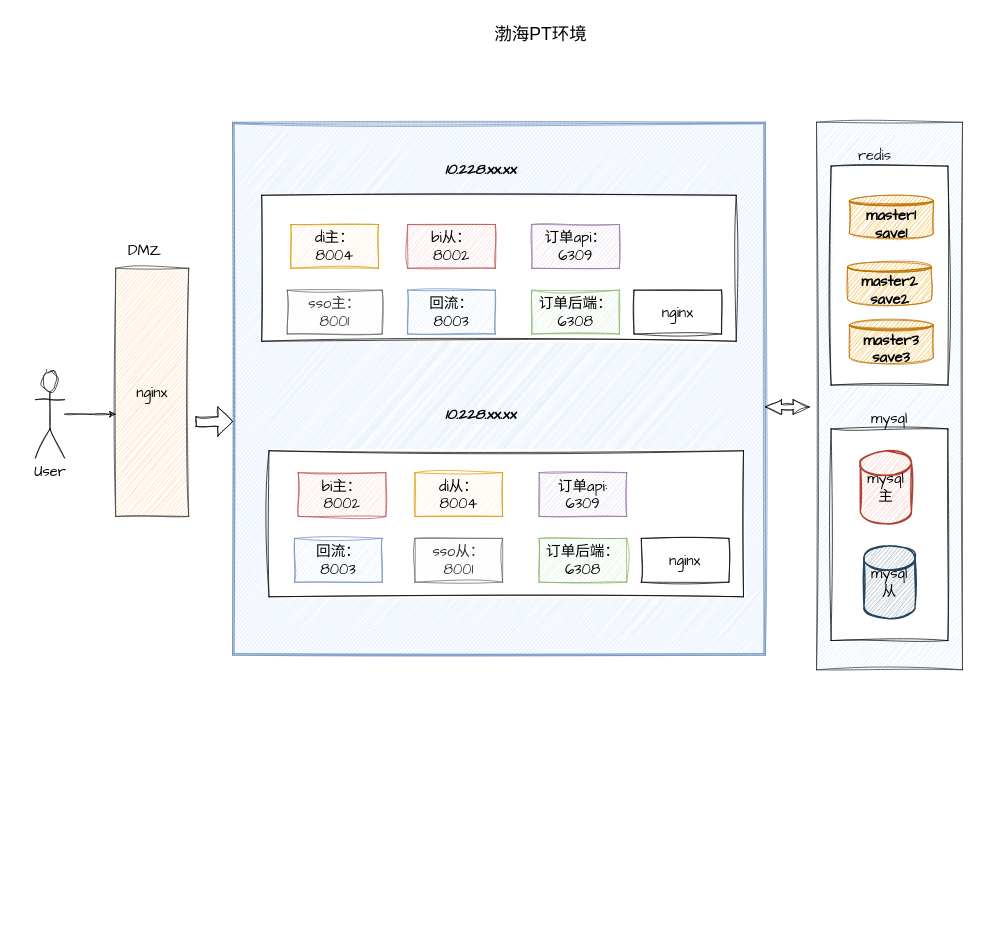
Before: BH/渤海pt环境.drawio in BNingliu/drawIO, a draw.io diagram. Source tidied: cells renumbered, new cells numbered last; positions are measured from the earlier drawing's top-left corner, leaving out a move shared by most shapes. Both pictures are drawn from the tidied source at 73%, with x=0, y=0 at pixel (35, 20).
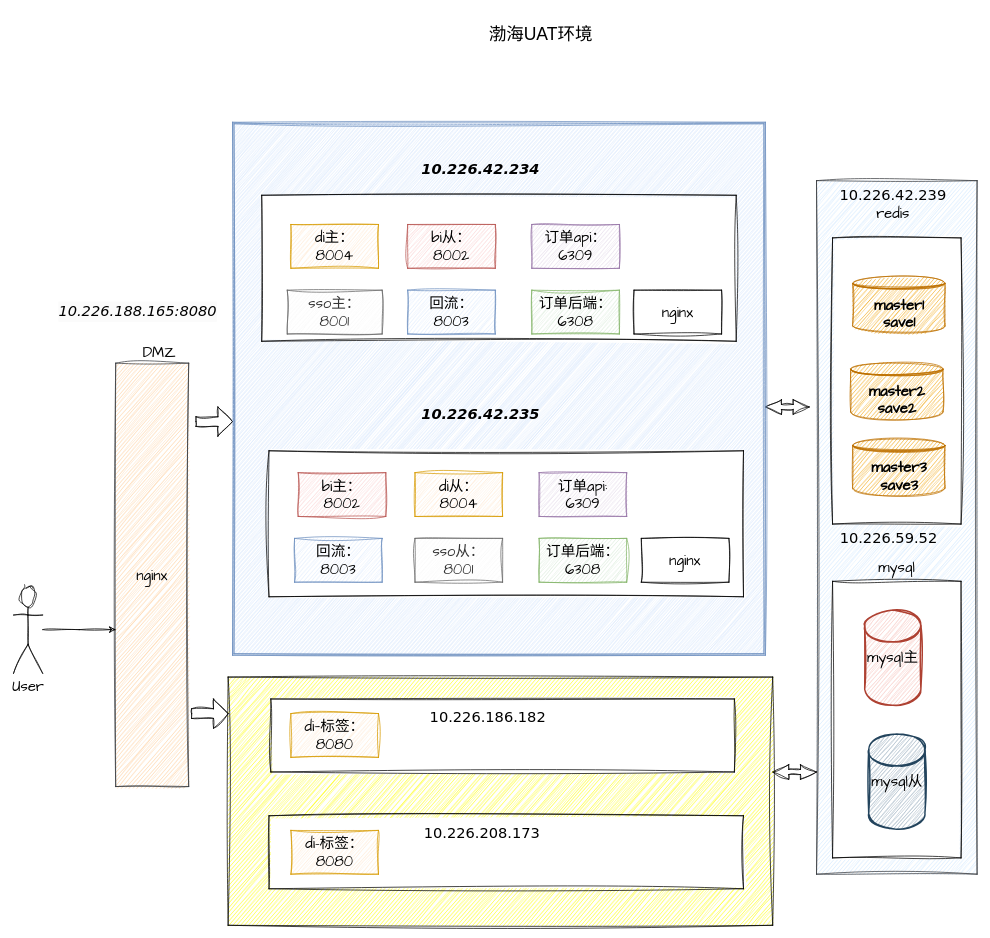
After the change.

Commit message:
更新渤海uat环境.drawio

Unchanged cells that the change refers to:
```xml
<mxCell id="10" style="html=1;shadow=0;dashed=0;align=center;verticalAlign=middle;shape=mxgraph.arrows2.twoWayArrow;dy=0.65;dx=22;labelBackgroundColor=#000000;hachureGap=4;fontFamily=Architects Daughter;fontSize=20;fontColor=#000000;gradientColor=none;rounded=0;sketch=1;curveFitting=1;jiggle=2;" parent="1" vertex="1">
  <mxGeometry x="1000" y="520" width="60" height="20" as="geometry" />
</mxCell>
```

Change to the diagram source:
```diff
@@
-    <mxCell id="2" value="nginx" style="rounded=0;whiteSpace=wrap;html=1;hachureGap=4;fontFamily=Architects Daughter;fontSize=20;fillColor=#ffcc99;strokeColor=#36393d;sketch=1;curveFitting=1;jiggle=2;" parent="1" vertex="1">
-      <mxGeometry x="110" y="340" width="100" height="340" as="geometry" />
-    </mxCell>
-    <mxCell id="3" value="DMZ" style="text;html=1;strokeColor=none;fillColor=none;align=center;verticalAlign=middle;whiteSpace=wrap;rounded=0;hachureGap=4;fontFamily=Architects Daughter;fontSize=20;sketch=1;curveFitting=1;jiggle=2;" parent="1" vertex="1">
-      <mxGeometry x="120" y="300" width="60" height="30" as="geometry" />
-    </mxCell>
     <mxCell id="4" value="User" style="shape=umlActor;verticalLabelPosition=bottom;verticalAlign=top;html=1;outlineConnect=0;hachureGap=4;fontFamily=Architects Daughter;fontSize=20;rounded=0;sketch=1;curveFitting=1;jiggle=2;" parent="1" vertex="1">
-      <mxGeometry y="480" width="40" height="120" as="geometry" />
+      <mxGeometry x="-30" y="775" width="40" height="120" as="geometry" />
     </mxCell>
-    <mxCell id="5" style="edgeStyle=orthogonalEdgeStyle;rounded=0;hachureGap=4;jettySize=auto;html=1;fontFamily=Architects Daughter;fontSize=16;sketch=1;curveFitting=1;jiggle=2;" parent="1" edge="1" source="4">
-      <mxGeometry relative="1" as="geometry">
-        <mxPoint x="110" y="540" as="targetPoint" />
-      </mxGeometry>
-    </mxCell>
-    <mxCell id="6" style="shape=ext;double=1;whiteSpace=wrap;html=1;hachureGap=4;fontFamily=Architects Daughter;fontSize=20;fillColor=#dae8fc;strokeColor=#6c8ebf;rounded=0;sketch=1;curveFitting=1;jiggle=2;" parent="1" vertex="1">
-      <mxGeometry x="270" y="140" width="730" height="730" as="geometry" />
-    </mxCell>
-    <mxCell id="7" value="&lt;b&gt;&lt;i&gt;10.228.xx.xx&lt;/i&gt;&lt;/b&gt;" style="text;html=1;strokeColor=none;fillColor=none;align=center;verticalAlign=middle;whiteSpace=wrap;rounded=0;hachureGap=4;fontFamily=Architects Daughter;fontSize=20;sketch=1;curveFitting=1;jiggle=2;" parent="1" vertex="1">
-      <mxGeometry x="580" y="525" width="60" height="30" as="geometry" />
-    </mxCell>
-    <mxCell id="8" value="redis" style="text;html=1;strokeColor=none;fillColor=none;align=center;verticalAlign=middle;whiteSpace=wrap;rounded=0;hachureGap=4;fontFamily=Architects Daughter;fontSize=20;sketch=1;curveFitting=1;jiggle=2;" parent="1" vertex="1">
-      <mxGeometry x="1120" y="170" width="60" height="30" as="geometry" />
-    </mxCell>
-    <mxCell id="9" style="edgeStyle=none;rounded=0;hachureGap=4;jettySize=auto;html=1;fontFamily=Architects Daughter;fontSize=16;fontColor=#000000;sketch=1;curveFitting=1;jiggle=2;" parent="1" edge="1" source="10" target="6">
-      <mxGeometry relative="1" as="geometry" />
-    </mxCell>
@@
     <mxCell id="12" style="group;rounded=0;sketch=1;curveFitting=1;jiggle=2;" parent="1" vertex="1">
-      <mxGeometry x="1070" y="140" width="200" height="750" as="geometry" />
+      <mxGeometry x="1070" y="220" width="220" height="980" as="geometry" />
     </mxCell>
     <mxCell id="13" style="rounded=0;whiteSpace=wrap;html=1;hachureGap=4;fontFamily=Architects Daughter;fontSize=20;fillColor=#cce5ff;strokeColor=#36393d;sketch=1;curveFitting=1;jiggle=2;" parent="12" vertex="1">
-      <mxGeometry width="200" height="750" as="geometry" />
+      <mxGeometry width="220" height="950" as="geometry" />
     </mxCell>
     <mxCell id="14" style="rounded=0;whiteSpace=wrap;html=1;hachureGap=4;fontFamily=Architects Daughter;fontSize=20;gradientColor=none;sketch=1;curveFitting=1;jiggle=2;" parent="12" vertex="1">
-      <mxGeometry x="20" y="60" width="160" height="300" as="geometry" />
+      <mxGeometry x="22" y="78.4" width="176" height="392" as="geometry" />
     </mxCell>
     <mxCell id="15" style="rounded=0;whiteSpace=wrap;html=1;hachureGap=4;fontFamily=Architects Daughter;fontSize=20;gradientColor=none;sketch=1;curveFitting=1;jiggle=2;" parent="12" vertex="1">
-      <mxGeometry x="20" y="420" width="160" height="290" as="geometry" />
+      <mxGeometry x="22" y="548.8" width="176" height="378.9" as="geometry" />
     </mxCell>
     <mxCell id="16" value="mysql" style="text;html=1;strokeColor=none;fillColor=none;align=center;verticalAlign=middle;whiteSpace=wrap;rounded=0;hachureGap=4;fontFamily=Architects Daughter;fontSize=20;sketch=1;curveFitting=1;jiggle=2;" parent="12" vertex="1">
-      <mxGeometry x="70" y="390" width="60" height="30" as="geometry" />
+      <mxGeometry x="77" y="509.6" width="66" height="39.2" as="geometry" />
     </mxCell>
     <mxCell id="17" value="mysql主" style="strokeWidth=2;html=1;shape=mxgraph.flowchart.database;whiteSpace=wrap;hachureGap=4;fontFamily=Architects Daughter;fontSize=20;fillColor=#fad9d5;strokeColor=#ae4132;rounded=0;sketch=1;curveFitting=1;jiggle=2;" parent="12" vertex="1">
-      <mxGeometry x="60" y="450" width="70" height="100" as="geometry" />
+      <mxGeometry x="66" y="588" width="77" height="130.7" as="geometry" />
     </mxCell>
     <mxCell id="18" value="mysql从" style="strokeWidth=2;html=1;shape=mxgraph.flowchart.database;whiteSpace=wrap;hachureGap=4;fontFamily=Architects Daughter;fontSize=20;fillColor=#bac8d3;strokeColor=#23445d;rounded=0;sketch=1;curveFitting=1;jiggle=2;" parent="12" vertex="1">
-      <mxGeometry x="65" y="580" width="70" height="100" as="geometry" />
+      <mxGeometry x="71.5" y="757.9" width="77" height="130.7" as="geometry" />
     </mxCell>
     <mxCell id="19" value="&lt;font color=&quot;#000000&quot;&gt;&lt;b&gt;master1&lt;br&gt;save1&lt;/b&gt;&lt;/font&gt;" style="shape=datastore;whiteSpace=wrap;html=1;hachureGap=4;fontFamily=Architects Daughter;fontSize=20;fillColor=#f0a30a;fontColor=#000000;strokeColor=#BD7000;rounded=0;sketch=1;curveFitting=1;jiggle=2;" parent="12" vertex="1">
-      <mxGeometry x="45" y="100" width="115" height="60" as="geometry" />
+      <mxGeometry x="49.5" y="130.7" width="126.5" height="78.4" as="geometry" />
     </mxCell>
     <mxCell id="20" value="&lt;font color=&quot;#000000&quot;&gt;&lt;b&gt;master2&lt;br&gt;save2&lt;/b&gt;&lt;/font&gt;" style="shape=datastore;whiteSpace=wrap;html=1;hachureGap=4;fontFamily=Architects Daughter;fontSize=20;fillColor=#f0a30a;fontColor=#000000;strokeColor=#BD7000;rounded=0;sketch=1;curveFitting=1;jiggle=2;" parent="12" vertex="1">
-      <mxGeometry x="42.5" y="190" width="115" height="60" as="geometry" />
+      <mxGeometry x="46.8" y="248.3" width="126.5" height="78.4" as="geometry" />
     </mxCell>
     <mxCell id="21" value="&lt;b&gt;&lt;font color=&quot;#000000&quot;&gt;master3&lt;br&gt;save3&lt;/font&gt;&lt;/b&gt;" style="shape=datastore;whiteSpace=wrap;html=1;hachureGap=4;fontFamily=Architects Daughter;fontSize=20;fillColor=#f0a30a;fontColor=#000000;strokeColor=#BD7000;rounded=0;sketch=1;curveFitting=1;jiggle=2;" parent="12" vertex="1">
-      <mxGeometry x="45" y="270" width="115" height="60" as="geometry" />
+      <mxGeometry x="49.5" y="352.8" width="126.5" height="78.4" as="geometry" />
     </mxCell>
+    <mxCell id="41" value="&lt;font face=&quot;Verdana&quot;&gt;10.226.42.239&lt;/font&gt;" style="text;html=1;strokeColor=none;fillColor=none;align=center;verticalAlign=middle;whiteSpace=wrap;rounded=0;hachureGap=4;fontFamily=Architects Daughter;fontSize=20;sketch=1;curveFitting=1;jiggle=2;" parent="12" vertex="1">
+      <mxGeometry x="71.5" width="66" height="39.2" as="geometry" />
+    </mxCell>
+    <mxCell id="42" value="&lt;font face=&quot;Verdana&quot;&gt;10.226.59.52&lt;/font&gt;" style="text;html=1;strokeColor=none;fillColor=none;align=center;verticalAlign=middle;whiteSpace=wrap;rounded=0;hachureGap=4;fontFamily=Architects Daughter;fontSize=20;sketch=1;curveFitting=1;jiggle=2;" parent="12" vertex="1">
+      <mxGeometry x="66" y="470.4" width="66" height="39.2" as="geometry" />
+    </mxCell>
+    <mxCell id="8" value="redis" style="text;html=1;strokeColor=none;fillColor=none;align=center;verticalAlign=middle;whiteSpace=wrap;rounded=0;hachureGap=4;fontFamily=Architects Daughter;fontSize=20;sketch=1;curveFitting=1;jiggle=2;" parent="12" vertex="1">
+      <mxGeometry x="74.5" y="30" width="60" height="30" as="geometry" />
+    </mxCell>
+    <mxCell id="40" value="&lt;h1&gt;&lt;span style=&quot;font-weight: normal;&quot;&gt;渤海UAT环境&lt;/span&gt;&lt;/h1&gt;" style="text;html=1;spacing=5;spacingTop=-20;whiteSpace=wrap;overflow=hidden;rounded=0;align=center;sketch=1;curveFitting=1;jiggle=2;" parent="1" vertex="1">
+      <mxGeometry x="535" width="315" height="40" as="geometry" />
+    </mxCell>
+    <mxCell id="43" style="html=1;shadow=0;dashed=0;align=center;verticalAlign=middle;shape=mxgraph.arrows2.arrow;dy=0.67;dx=20;notch=0;labelBackgroundColor=#000000;hachureGap=4;fontFamily=Architects Daughter;fontSize=20;fontColor=#000000;gradientColor=none;rounded=0;sketch=1;curveFitting=1;jiggle=2;" parent="1" vertex="1">
+      <mxGeometry x="214" y="930" width="50" height="40" as="geometry" />
+    </mxCell>
+    <mxCell id="44" style="html=1;shadow=0;dashed=0;align=center;verticalAlign=middle;shape=mxgraph.arrows2.twoWayArrow;dy=0.65;dx=22;labelBackgroundColor=#000000;hachureGap=4;fontFamily=Architects Daughter;fontSize=20;fontColor=#000000;gradientColor=none;rounded=0;sketch=1;curveFitting=1;jiggle=2;" parent="1" vertex="1">
+      <mxGeometry x="1010" y="1020" width="60" height="20" as="geometry" />
+    </mxCell>
+    <mxCell id="45" style="group;" parent="1" vertex="1">
+      <mxGeometry x="264" y="900" width="746" height="340" as="geometry" />
+    </mxCell>
+    <mxCell id="46" style="rounded=0;whiteSpace=wrap;html=1;sketch=1;hachureGap=4;jiggle=2;curveFitting=1;fontFamily=Verdana;fontSize=20;fillColor=#FFFF00;" parent="45" vertex="1">
+      <mxGeometry width="746" height="340" as="geometry" />
+    </mxCell>
+    <mxCell id="47" style="rounded=0;whiteSpace=wrap;html=1;hachureGap=4;fontFamily=Architects Daughter;fontSize=20;sketch=1;curveFitting=1;jiggle=2;" parent="45" vertex="1">
+      <mxGeometry x="58.5" y="30" width="635" height="100" as="geometry" />
+    </mxCell>
+    <mxCell id="48" style="rounded=0;whiteSpace=wrap;html=1;hachureGap=4;fontFamily=Architects Daughter;fontSize=20;sketch=1;curveFitting=1;jiggle=2;" parent="45" vertex="1">
+      <mxGeometry x="56" y="190" width="650" height="100" as="geometry" />
+    </mxCell>
+    <mxCell id="49" value="&lt;font face=&quot;Verdana&quot;&gt;10.226.186.182&lt;/font&gt;" style="text;html=1;strokeColor=none;fillColor=none;align=center;verticalAlign=middle;whiteSpace=wrap;rounded=0;hachureGap=4;fontFamily=Architects Daughter;fontSize=20;sketch=1;curveFitting=1;jiggle=2;" parent="45" vertex="1">
+      <mxGeometry x="326" y="40" width="60" height="30" as="geometry" />
+    </mxCell>
+    <mxCell id="50" value="di—标签：&lt;br&gt;8080" style="rounded=0;whiteSpace=wrap;html=1;hachureGap=4;fontFamily=Architects Daughter;fontSize=20;fillColor=#ffe6cc;strokeColor=#d79b00;sketch=1;curveFitting=1;jiggle=2;" parent="45" vertex="1">
+      <mxGeometry x="86" y="50" width="120" height="60" as="geometry" />
+    </mxCell>
+    <mxCell id="51" value="di-标签：&lt;br&gt;8080" style="rounded=0;whiteSpace=wrap;html=1;hachureGap=4;fontFamily=Architects Daughter;fontSize=20;fillColor=#ffe6cc;strokeColor=#d79b00;sketch=1;curveFitting=1;jiggle=2;" parent="45" vertex="1">
+      <mxGeometry x="86" y="210" width="120" height="60" as="geometry" />
+    </mxCell>
+    <mxCell id="52" value="&lt;font face=&quot;Verdana&quot;&gt;10.226.208.173&lt;/font&gt;" style="text;html=1;strokeColor=none;fillColor=none;align=center;verticalAlign=middle;whiteSpace=wrap;rounded=0;hachureGap=4;fontFamily=Architects Daughter;fontSize=20;sketch=1;curveFitting=1;jiggle=2;" parent="45" vertex="1">
+      <mxGeometry x="318" y="199" width="60" height="30" as="geometry" />
+    </mxCell>
+    <mxCell id="53" style="group;" parent="1" vertex="1">
+      <mxGeometry x="270" y="140" width="730" height="730" as="geometry" />
+    </mxCell>
+    <mxCell id="6" style="shape=ext;double=1;whiteSpace=wrap;html=1;hachureGap=4;fontFamily=Architects Daughter;fontSize=20;fillColor=#dae8fc;strokeColor=#6c8ebf;rounded=0;sketch=1;curveFitting=1;jiggle=2;" parent="53" vertex="1">
+      <mxGeometry width="730" height="730" as="geometry" />
+    </mxCell>
+    <mxCell id="7" value="&lt;b style=&quot;border-color: var(--border-color);&quot;&gt;&lt;i style=&quot;border-color: var(--border-color);&quot;&gt;&lt;font face=&quot;Verdana&quot;&gt;10.226.42.235&lt;/font&gt;&lt;/i&gt;&lt;/b&gt;" style="text;html=1;strokeColor=none;fillColor=none;align=center;verticalAlign=middle;whiteSpace=wrap;rounded=0;hachureGap=4;fontFamily=Architects Daughter;fontSize=20;sketch=1;curveFitting=1;jiggle=2;" parent="53" vertex="1">
+      <mxGeometry x="310" y="385" width="60" height="30" as="geometry" />
+    </mxCell>
+    <mxCell id="9" style="edgeStyle=none;rounded=0;hachureGap=4;jettySize=auto;html=1;fontFamily=Architects Daughter;fontSize=16;fontColor=#000000;sketch=1;curveFitting=1;jiggle=2;" parent="53" edge="1" source="10" target="6">
+      <mxGeometry relative="1" as="geometry" />
+    </mxCell>
-    <mxCell id="22" style="group;rounded=0;sketch=1;curveFitting=1;jiggle=2;" parent="1" vertex="1">
-      <mxGeometry x="310" y="190" width="660" height="600" as="geometry" />
+    <mxCell id="22" style="group;rounded=0;sketch=1;curveFitting=1;jiggle=2;" parent="53" vertex="1">
+      <mxGeometry x="40" y="50" width="660" height="600" as="geometry" />
     </mxCell>
@@
-    <mxCell id="25" value="&lt;b&gt;&lt;i&gt;10.228.xx.xx&lt;/i&gt;&lt;/b&gt;" style="text;html=1;strokeColor=none;fillColor=none;align=center;verticalAlign=middle;whiteSpace=wrap;rounded=0;hachureGap=4;fontFamily=Architects Daughter;fontSize=20;sketch=1;curveFitting=1;jiggle=2;" parent="22" vertex="1">
+    <mxCell id="25" value="&lt;b&gt;&lt;i&gt;&lt;font face=&quot;Verdana&quot;&gt;10.226.42.234&lt;/font&gt;&lt;/i&gt;&lt;/b&gt;" style="text;html=1;strokeColor=none;fillColor=none;align=center;verticalAlign=middle;whiteSpace=wrap;rounded=0;hachureGap=4;fontFamily=Architects Daughter;fontSize=20;sketch=1;curveFitting=1;jiggle=2;" parent="22" vertex="1">
       <mxGeometry x="270" width="60" height="30" as="geometry" />
     </mxCell>
@@
-    <mxCell id="40" value="&lt;h1&gt;&lt;span style=&quot;font-weight: normal;&quot;&gt;渤海PT环境&lt;/span&gt;&lt;/h1&gt;" style="text;html=1;spacing=5;spacingTop=-20;whiteSpace=wrap;overflow=hidden;rounded=0;align=center;sketch=1;curveFitting=1;jiggle=2;" parent="1" vertex="1">
-      <mxGeometry x="535" width="315" height="40" as="geometry" />
-    </mxCell>
+    <mxCell id="54" style="group;" parent="1" vertex="1">
+      <mxGeometry x="30" y="380" width="210" height="670" as="geometry" />
+    </mxCell>
+    <mxCell id="2" value="nginx" style="rounded=0;whiteSpace=wrap;html=1;hachureGap=4;fontFamily=Architects Daughter;fontSize=20;fillColor=#ffcc99;strokeColor=#36393d;sketch=1;curveFitting=1;jiggle=2;" parent="54" vertex="1">
+      <mxGeometry x="80" y="90" width="100" height="580" as="geometry" />
+    </mxCell>
+    <mxCell id="3" value="DMZ" style="text;html=1;strokeColor=none;fillColor=none;align=center;verticalAlign=middle;whiteSpace=wrap;rounded=0;hachureGap=4;fontFamily=Architects Daughter;fontSize=20;sketch=1;curveFitting=1;jiggle=2;" parent="54" vertex="1">
+      <mxGeometry x="110" y="60" width="60" height="30" as="geometry" />
+    </mxCell>
+    <mxCell id="5" style="edgeStyle=orthogonalEdgeStyle;rounded=0;hachureGap=4;jettySize=auto;html=1;fontFamily=Architects Daughter;fontSize=16;sketch=1;curveFitting=1;jiggle=2;" parent="54" edge="1" source="4">
+      <mxGeometry relative="1" as="geometry">
+        <mxPoint x="80" y="455" as="targetPoint" />
+      </mxGeometry>
+    </mxCell>
+    <mxCell id="55" value="&lt;span style=&quot;border-color: var(--border-color); color: rgb(0, 0, 0); font-size: 20px; font-style: normal; font-variant-ligatures: normal; font-variant-caps: normal; letter-spacing: normal; orphans: 2; text-align: center; text-indent: 0px; text-transform: none; widows: 2; word-spacing: 0px; -webkit-text-stroke-width: 0px; background-color: rgb(251, 251, 251); text-decoration-thickness: initial; text-decoration-style: initial; text-decoration-color: initial;&quot;&gt;&lt;i style=&quot;border-color: var(--border-color);&quot;&gt;&lt;font style=&quot;&quot; face=&quot;Verdana&quot;&gt;10.226.188.165:8080&lt;/font&gt;&lt;/i&gt;&lt;/span&gt;" style="text;whiteSpace=wrap;html=1;fontSize=20;fontFamily=Architects Daughter;" parent="54" vertex="1">
+      <mxGeometry width="210" height="50" as="geometry" />
+    </mxCell>
```
